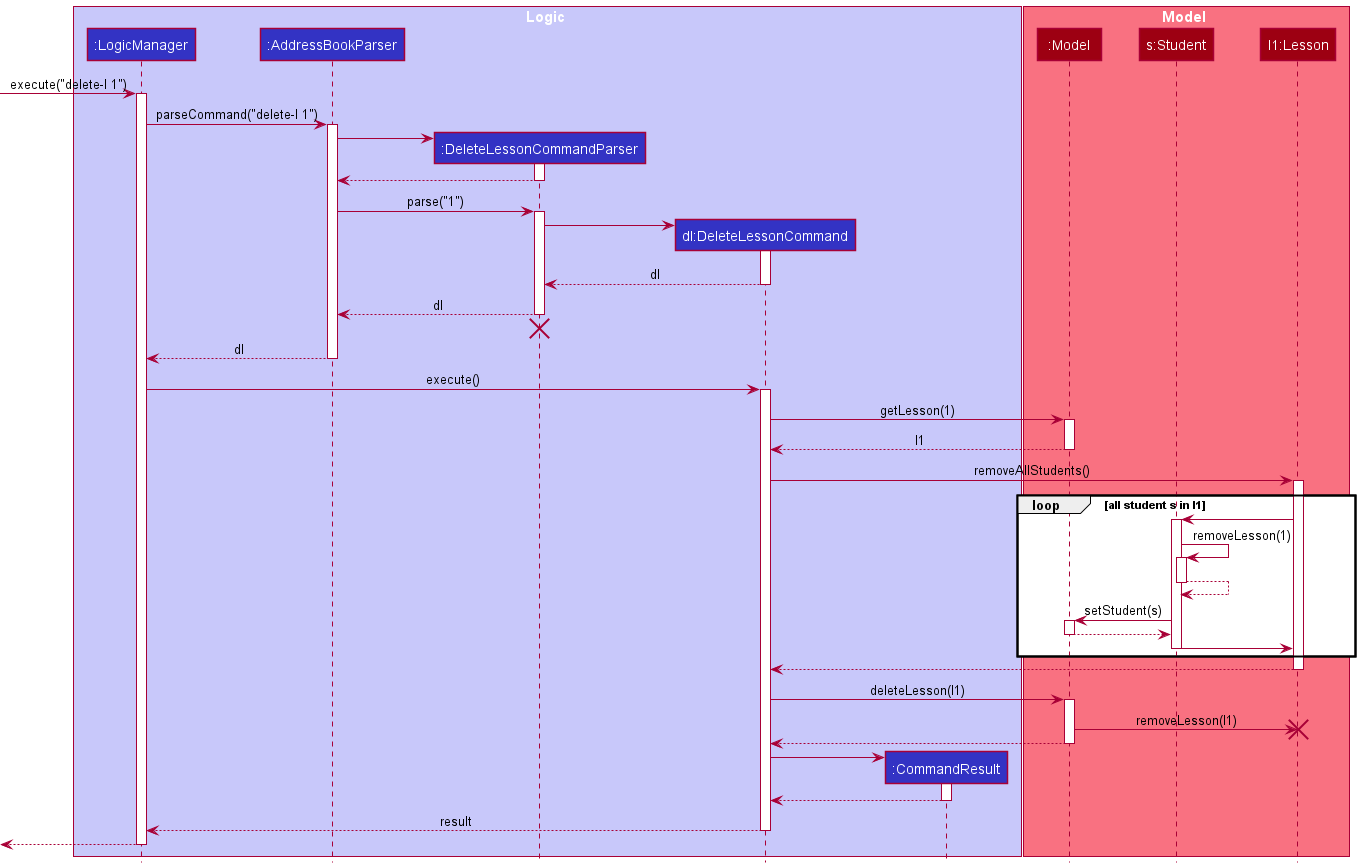
Above: docs/images/DeleteLessonSequenceDiagram.png in nus-cs2103-AY2122S1/tp (PlantUML), before the change.
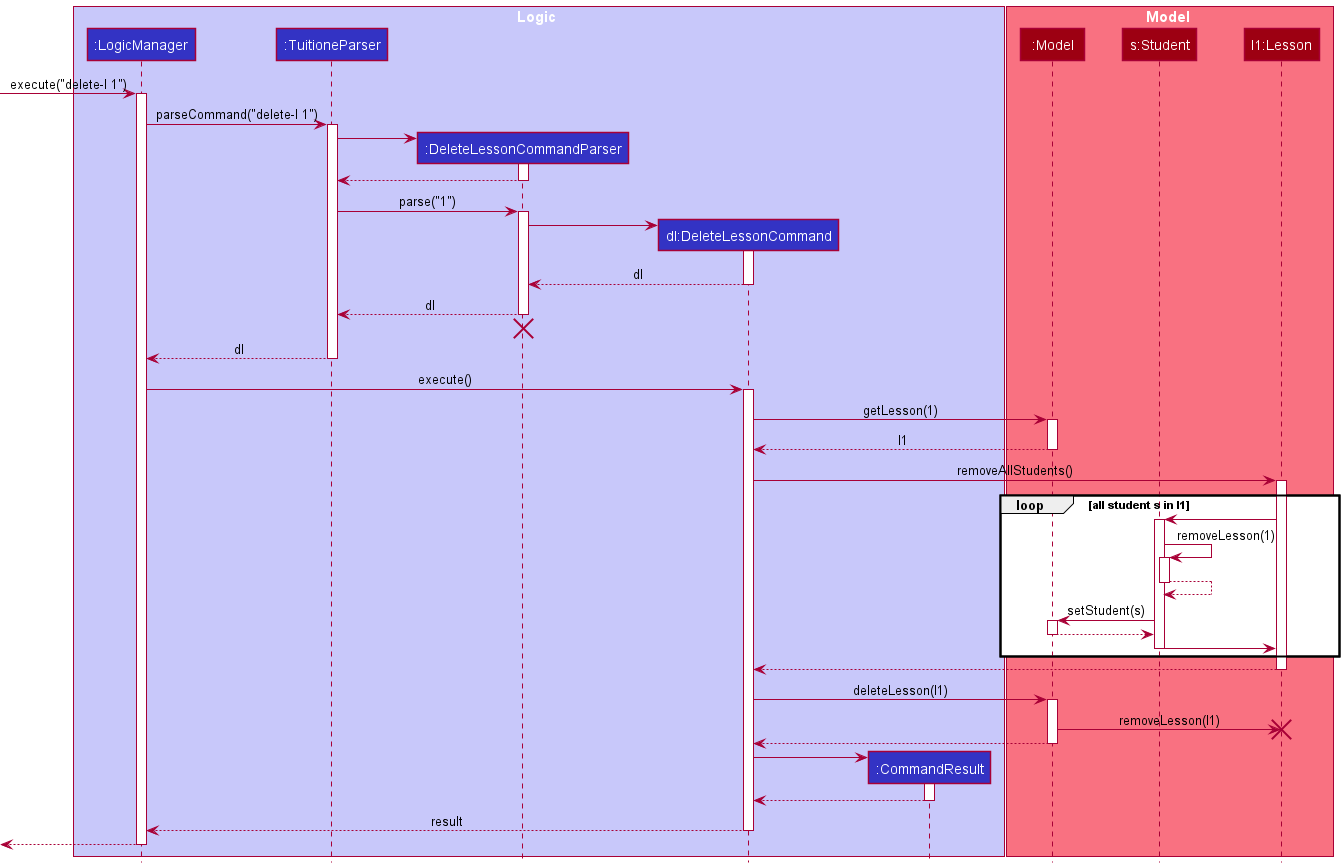
After the commit.

Commit message:
Rename addressbookparser to tuitioneparser in sequence diagram

What changed in the source:
```diff
@@ -3,7 +3,7 @@
 
 box Logic LOGIC_COLOR_T1
 participant ":LogicManager" as LogicManager LOGIC_COLOR
-participant ":AddressBookParser" as AddressBookParser LOGIC_COLOR
+participant ":TuitioneParser" as TuitioneParser LOGIC_COLOR
 participant ":DeleteLessonCommandParser" as DeleteLessonCommandParser LOGIC_COLOR
 participant "dl:DeleteLessonCommand" as DeleteLessonCommand LOGIC_COLOR
 participant ":CommandResult" as CommandResult LOGIC_COLOR
@@ -18,17 +18,17 @@
 [-> LogicManager : execute("delete-l 1")
 activate LogicManager
 
-LogicManager -> AddressBookParser : parseCommand("delete-l 1")
-activate AddressBookParser
+LogicManager -> TuitioneParser : parseCommand("delete-l 1")
+activate TuitioneParser
 
 create DeleteLessonCommandParser
-AddressBookParser -> DeleteLessonCommandParser
+TuitioneParser -> DeleteLessonCommandParser
 activate DeleteLessonCommandParser
 
-DeleteLessonCommandParser --> AddressBookParser
+DeleteLessonCommandParser --> TuitioneParser
 deactivate DeleteLessonCommandParser
 
-AddressBookParser -> DeleteLessonCommandParser : parse("1")
+TuitioneParser -> DeleteLessonCommandParser : parse("1")
 activate DeleteLessonCommandParser
 
 create DeleteLessonCommand
@@ -38,13 +38,13 @@
 DeleteLessonCommand --> DeleteLessonCommandParser : dl
 deactivate DeleteLessonCommand
 
-DeleteLessonCommandParser --> AddressBookParser : dl
+DeleteLessonCommandParser --> TuitioneParser : dl
 deactivate DeleteLessonCommandParser
-DeleteLessonCommandParser -[hidden]-> AddressBookParser
+DeleteLessonCommandParser -[hidden]-> TuitioneParser
 destroy DeleteLessonCommandParser
 
-AddressBookParser --> LogicManager : dl
-deactivate AddressBookParser
+TuitioneParser --> LogicManager : dl
+deactivate TuitioneParser
 
 LogicManager -> DeleteLessonCommand : execute()
 activate DeleteLessonCommand
```
